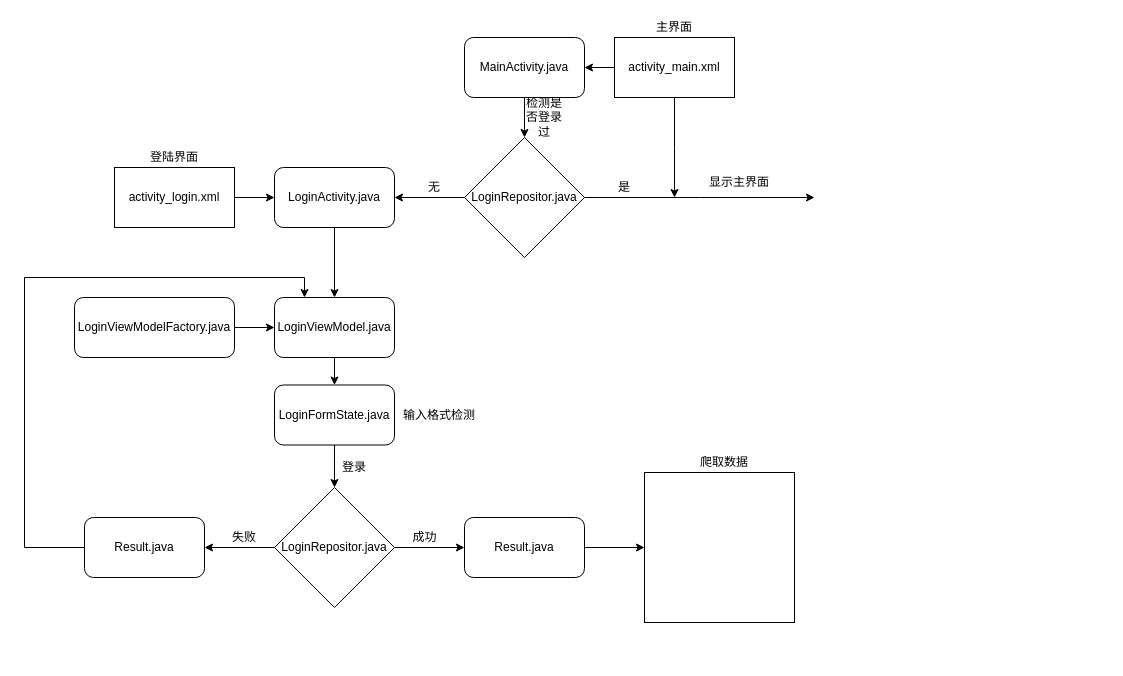
Wangs121/UPC_Schedule keeps this draw.io diagram as 程序逻辑框图.drawio. Above is the earlier version. Source tidied: cells renumbered, new cells numbered last; positions are measured from the earlier drawing's top-left corner, leaving out a move shared by most shapes. Both pictures are drawn from the tidied source at 100%, with x=0, y=0 at pixel (24, 17).
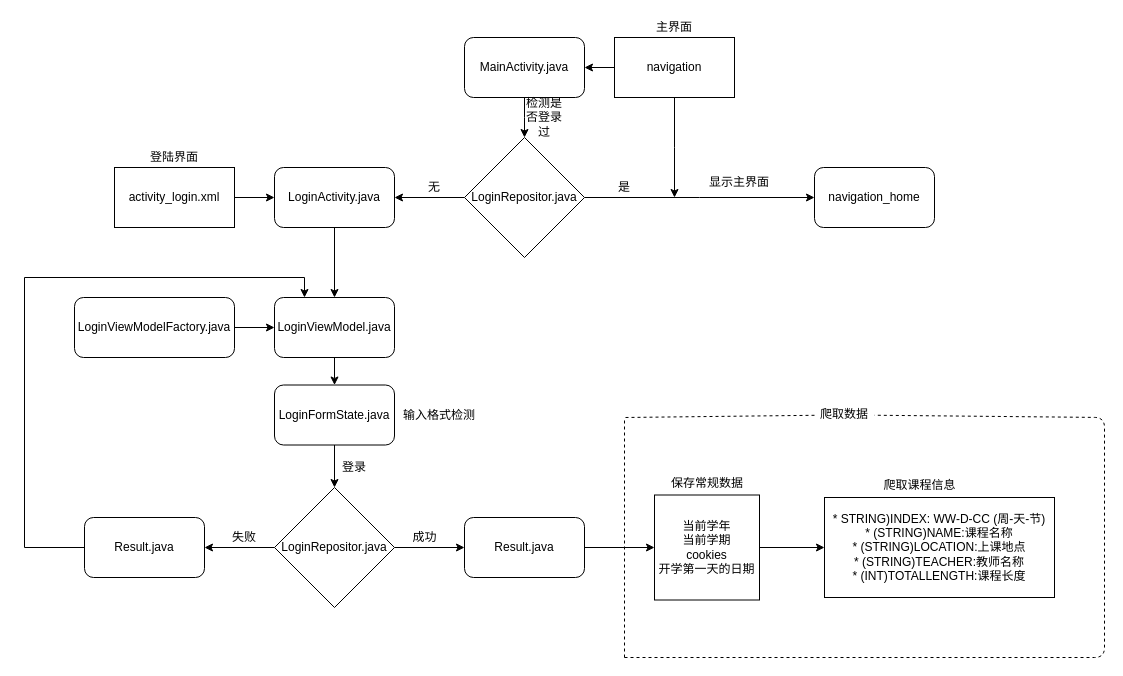
The same page after the edit.

Change to the diagram source:
```diff
@@
-    <mxCell id="6" value="activity_main.xml" style="rounded=0;whiteSpace=wrap;html=1;" parent="1" vertex="1">
+    <mxCell id="6" value="navigation" style="rounded=0;whiteSpace=wrap;html=1;" parent="1" vertex="1">
       <mxGeometry x="590" y="20" width="120" height="60" as="geometry" />
     </mxCell>
@@
-    <mxCell id="34" value="爬取数据" style="text;html=1;strokeColor=none;fillColor=none;align=center;verticalAlign=middle;whiteSpace=wrap;rounded=0;" parent="1" vertex="1">
-      <mxGeometry x="670" y="435" width="60" height="20" as="geometry" />
+    <mxCell id="34" value="保存常规数据" style="text;html=1;strokeColor=none;fillColor=none;align=center;verticalAlign=middle;whiteSpace=wrap;rounded=0;" parent="1" vertex="1">
+      <mxGeometry x="637.5" y="452.5" width="90" height="27.5" as="geometry" />
     </mxCell>
+    <mxCell id="39" style="edgeStyle=orthogonalEdgeStyle;rounded=0;jettySize=auto;html=1;entryX=0;entryY=0.5;entryDx=0;entryDy=0;" parent="1" edge="1" source="35" target="41">
+      <mxGeometry relative="1" as="geometry" />
+    </mxCell>
-    <mxCell id="35" style="whiteSpace=wrap;html=1;" parent="1" vertex="1">
-      <mxGeometry x="620" y="455" width="150" height="150" as="geometry" />
+    <mxCell id="35" value="当前学年&lt;br&gt;当前学期&lt;br&gt;cookies&lt;br&gt;开学第一天的日期" style="whiteSpace=wrap;html=1;" parent="1" vertex="1">
+      <mxGeometry x="630" y="477.5" width="105" height="105" as="geometry" />
     </mxCell>
@@
+    <mxCell id="40" value="爬取课程信息" style="text;html=1;align=center;verticalAlign=middle;" parent="1" vertex="1">
+      <mxGeometry x="850" y="457.5" width="90" height="20" as="geometry" />
+    </mxCell>
+    <mxCell id="41" value="&lt;div style=&quot;white-space: normal&quot;&gt;* STRING)INDEX: WW-D-CC (周-天-节)&lt;/div&gt;&lt;div style=&quot;white-space: normal&quot;&gt;* (STRING)NAME:课程名称&lt;/div&gt;&lt;div style=&quot;white-space: normal&quot;&gt;* (STRING)LOCATION:上课地点&lt;/div&gt;&lt;div style=&quot;white-space: normal&quot;&gt;* (STRING)TEACHER:教师名称&lt;/div&gt;&lt;div style=&quot;white-space: normal&quot;&gt;* (INT)TOTALLENGTH:课程长度&lt;/div&gt;" style="rounded=0;whiteSpace=wrap;html=1;" parent="1" vertex="1">
+      <mxGeometry x="800" y="480" width="230" height="100" as="geometry" />
+    </mxCell>
+    <mxCell id="42" style="endArrow=none;dashed=1;html=1;" parent="1" edge="1" source="44">
+      <mxGeometry relative="1" as="geometry">
+        <mxPoint x="600" y="400" as="targetPoint" />
+      </mxGeometry>
+    </mxCell>
+    <mxCell id="43" style="endArrow=none;dashed=1;html=1;" parent="1" edge="1">
+      <mxGeometry relative="1" as="geometry">
+        <mxPoint x="600" y="640" as="sourcePoint" />
+        <mxPoint x="600" y="400" as="targetPoint" />
+      </mxGeometry>
+    </mxCell>
+    <mxCell id="44" value="爬取数据" style="text;html=1;strokeColor=none;fillColor=none;align=center;verticalAlign=middle;whiteSpace=wrap;rounded=0;" parent="1" vertex="1">
+      <mxGeometry x="790" y="391.2" width="60" height="12.5" as="geometry" />
+    </mxCell>
+    <mxCell id="45" style="endArrow=none;dashed=1;html=1;" parent="1" edge="1" target="44">
+      <mxGeometry relative="1" as="geometry">
+        <mxPoint x="600" y="640" as="sourcePoint" />
+        <Array as="points">
+          <mxPoint x="1080" y="640" />
+          <mxPoint x="1080" y="400" />
+        </Array>
+      </mxGeometry>
+    </mxCell>
+    <mxCell id="46" value="navigation_home" style="rounded=1;whiteSpace=wrap;html=1;" parent="1" vertex="1">
+      <mxGeometry x="790" y="150" width="120" height="60" as="geometry" />
+    </mxCell>
```
